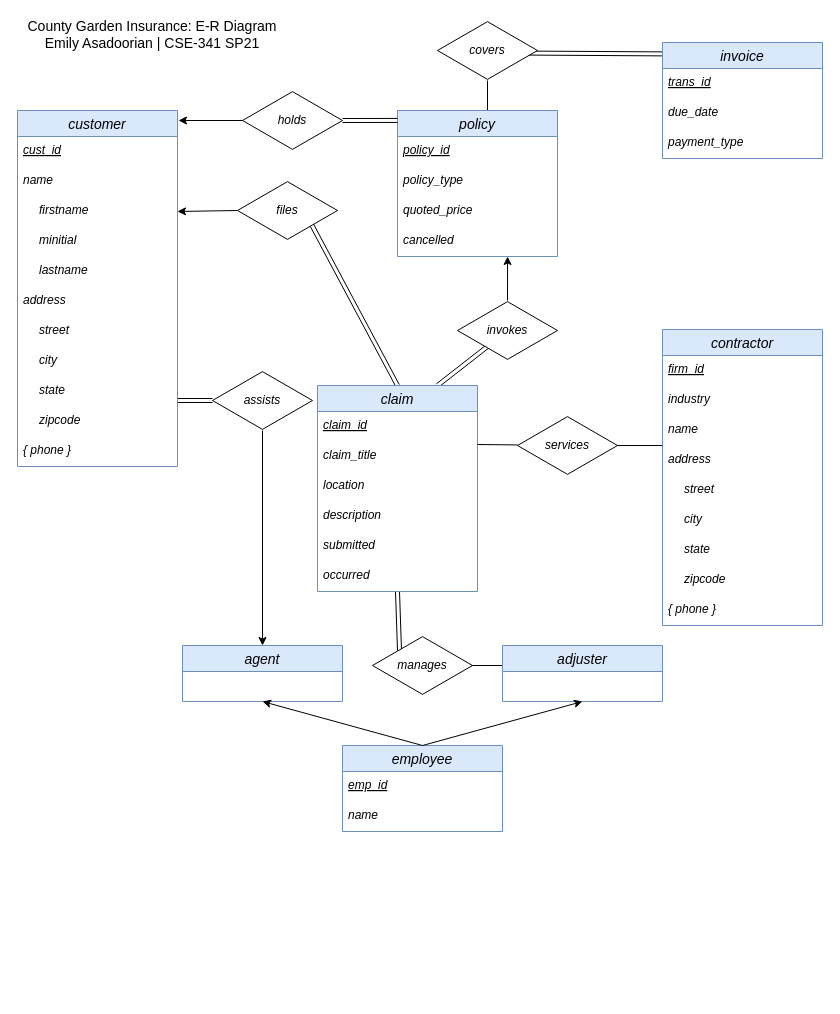
ema323-lehigh/county-garden keeps this draw.io diagram as ER_Diagram/DrawIO/Asadoorian_ERD.drawio. Above is the earlier version. Source tidied: cells renumbered, new cells numbered last; positions are measured from the earlier drawing's top-left corner, leaving out a move shared by most shapes. Both pictures are drawn from the tidied source at 100%, with x=0, y=0 at pixel (17, 20).
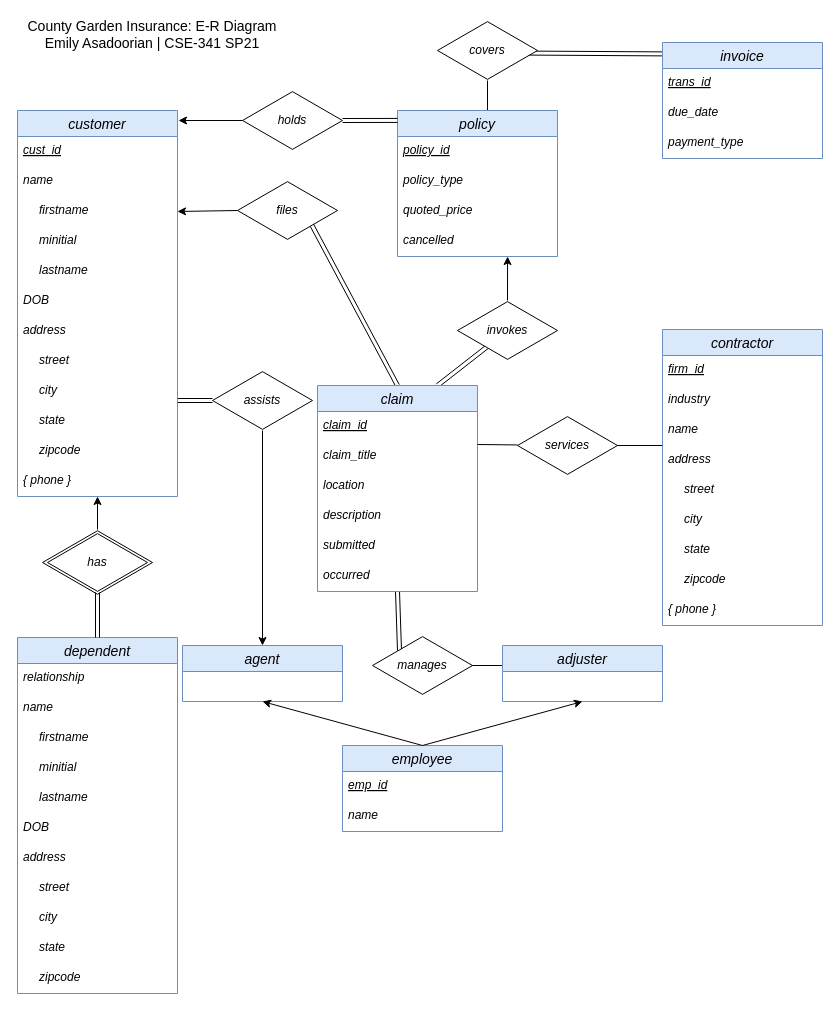
The same diagram, later.

Commit message (it also covers changes not shown here):
Add dependents entity relationship

What changed in the source:
```diff
@@
+    <mxCell id="69" style="html=1;whiteSpace=wrap;shape=isoRectangle;fontSize=14;align=left;" parent="1" vertex="1">
+      <mxGeometry x="25" y="509" width="110" height="66" as="geometry" />
+    </mxCell>
@@
     <mxCell id="38" value="customer" style="swimlane;fontStyle=2;horizontal=1;startSize=26;align=center;fontSize=14;fillColor=#dae8fc;strokeColor=#6c8ebf;" parent="1" vertex="1">
-      <mxGeometry y="90" width="160" height="356" as="geometry" />
+      <mxGeometry y="90" width="160" height="386" as="geometry" />
     </mxCell>
@@
+    <mxCell id="70" value="DOB" style="text;strokeColor=none;fillColor=none;spacingLeft=4;spacingRight=4;overflow=hidden;fontSize=12;fontStyle=2;" parent="38" vertex="1">
+      <mxGeometry y="176" width="160" height="30" as="geometry" />
+    </mxCell>
     <mxCell id="44" value="address" style="text;strokeColor=none;fillColor=none;spacingLeft=4;spacingRight=4;overflow=hidden;fontSize=12;fontStyle=2;align=left;" parent="38" vertex="1">
-      <mxGeometry y="176" width="160" height="30" as="geometry" />
+      <mxGeometry y="206" width="160" height="30" as="geometry" />
     </mxCell>
     <mxCell id="45" value="street" style="text;strokeColor=none;fillColor=none;spacingLeft=20;spacingRight=4;overflow=hidden;fontSize=12;fontStyle=2;align=left;" parent="38" vertex="1">
-      <mxGeometry y="206" width="160" height="30" as="geometry" />
+      <mxGeometry y="236" width="160" height="30" as="geometry" />
     </mxCell>
     <mxCell id="46" value="city" style="text;strokeColor=none;fillColor=none;spacingLeft=20;spacingRight=4;overflow=hidden;fontSize=12;fontStyle=2;align=left;" parent="38" vertex="1">
-      <mxGeometry y="236" width="160" height="30" as="geometry" />
+      <mxGeometry y="266" width="160" height="30" as="geometry" />
     </mxCell>
     <mxCell id="47" value="state" style="text;strokeColor=none;fillColor=none;spacingLeft=20;spacingRight=4;overflow=hidden;fontSize=12;fontStyle=2;" parent="38" vertex="1">
-      <mxGeometry y="266" width="160" height="30" as="geometry" />
+      <mxGeometry y="296" width="160" height="30" as="geometry" />
     </mxCell>
     <mxCell id="48" value="zipcode" style="text;strokeColor=none;fillColor=none;spacingLeft=20;spacingRight=4;overflow=hidden;fontSize=12;fontStyle=2;" parent="38" vertex="1">
-      <mxGeometry y="296" width="160" height="30" as="geometry" />
+      <mxGeometry y="326" width="160" height="30" as="geometry" />
     </mxCell>
     <mxCell id="49" value="{ phone }" style="text;strokeColor=none;fillColor=none;spacingLeft=4;spacingRight=4;overflow=hidden;points=[[0,0.5],[1,0.5]];portConstraint=eastwest;fontSize=12;fontStyle=2;" parent="38" vertex="1">
-      <mxGeometry y="326" width="160" height="30" as="geometry" />
+      <mxGeometry y="356" width="160" height="30" as="geometry" />
     </mxCell>
@@
+    <mxCell id="71" value="dependent" style="swimlane;fontStyle=2;horizontal=1;startSize=26;align=center;fontSize=14;fillColor=#dae8fc;strokeColor=#6c8ebf;" parent="1" vertex="1">
+      <mxGeometry y="617" width="160" height="356" as="geometry" />
+    </mxCell>
+    <mxCell id="72" value="relationship" style="text;strokeColor=none;fillColor=none;spacingLeft=4;spacingRight=4;overflow=hidden;fontSize=12;fontStyle=2;" parent="71" vertex="1">
+      <mxGeometry y="26" width="160" height="30" as="geometry" />
+    </mxCell>
+    <mxCell id="73" value="name&#10;" style="text;strokeColor=none;fillColor=none;spacingLeft=4;spacingRight=4;overflow=hidden;fontSize=12;fontStyle=2;" parent="71" vertex="1">
+      <mxGeometry y="56" width="160" height="30" as="geometry" />
+    </mxCell>
+    <mxCell id="74" value="firstname" style="text;strokeColor=none;fillColor=none;spacingLeft=20;spacingRight=4;overflow=hidden;fontSize=12;fontStyle=2;align=left;" parent="71" vertex="1">
+      <mxGeometry y="86" width="160" height="30" as="geometry" />
+    </mxCell>
+    <mxCell id="75" value="minitial" style="text;strokeColor=none;fillColor=none;spacingLeft=20;spacingRight=4;overflow=hidden;fontSize=12;fontStyle=2;" parent="71" vertex="1">
+      <mxGeometry y="116" width="160" height="30" as="geometry" />
+    </mxCell>
+    <mxCell id="76" value="lastname" style="text;strokeColor=none;fillColor=none;spacingLeft=20;spacingRight=4;overflow=hidden;fontSize=12;fontStyle=2;align=left;" parent="71" vertex="1">
+      <mxGeometry y="146" width="160" height="30" as="geometry" />
+    </mxCell>
+    <mxCell id="77" value="DOB" style="text;strokeColor=none;fillColor=none;spacingLeft=4;spacingRight=4;overflow=hidden;fontSize=12;fontStyle=2;align=left;" parent="71" vertex="1">
+      <mxGeometry y="176" width="160" height="30" as="geometry" />
+    </mxCell>
+    <mxCell id="78" value="address" style="text;strokeColor=none;fillColor=none;spacingLeft=4;spacingRight=4;overflow=hidden;fontSize=12;fontStyle=2;align=left;" parent="71" vertex="1">
+      <mxGeometry y="206" width="160" height="30" as="geometry" />
+    </mxCell>
+    <mxCell id="79" value="street" style="text;strokeColor=none;fillColor=none;spacingLeft=20;spacingRight=4;overflow=hidden;fontSize=12;fontStyle=2;align=left;" parent="71" vertex="1">
+      <mxGeometry y="236" width="160" height="30" as="geometry" />
+    </mxCell>
+    <mxCell id="80" value="city" style="text;strokeColor=none;fillColor=none;spacingLeft=20;spacingRight=4;overflow=hidden;fontSize=12;fontStyle=2;align=left;" parent="71" vertex="1">
+      <mxGeometry y="266" width="160" height="30" as="geometry" />
+    </mxCell>
+    <mxCell id="81" value="state" style="text;strokeColor=none;fillColor=none;spacingLeft=20;spacingRight=4;overflow=hidden;fontSize=12;fontStyle=2;" parent="71" vertex="1">
+      <mxGeometry y="296" width="160" height="30" as="geometry" />
+    </mxCell>
+    <mxCell id="82" value="zipcode" style="text;strokeColor=none;fillColor=none;spacingLeft=20;spacingRight=4;overflow=hidden;fontSize=12;fontStyle=2;" parent="71" vertex="1">
+      <mxGeometry y="326" width="160" height="30" as="geometry" />
+    </mxCell>
+    <mxCell id="83" value="&lt;i&gt;has&lt;/i&gt;" style="html=1;whiteSpace=wrap;shape=isoRectangle;" parent="1" vertex="1">
+      <mxGeometry x="30" y="512" width="100" height="60" as="geometry" />
+    </mxCell>
+    <mxCell id="84" style="shape=link;html=1;fontSize=14;exitX=0.5;exitY=1;exitDx=0;exitDy=0;exitPerimeter=0;entryX=0.5;entryY=0;entryDx=0;entryDy=0;" parent="1" edge="1" source="83" target="71">
+      <mxGeometry relative="1" as="geometry" />
+    </mxCell>
+    <mxCell id="85" style="endArrow=classic;html=1;fontSize=14;exitX=0.5;exitY=0;exitDx=0;exitDy=0;exitPerimeter=0;" parent="1" edge="1" source="69" target="49">
+      <mxGeometry relative="1" as="geometry" />
+    </mxCell>
```
